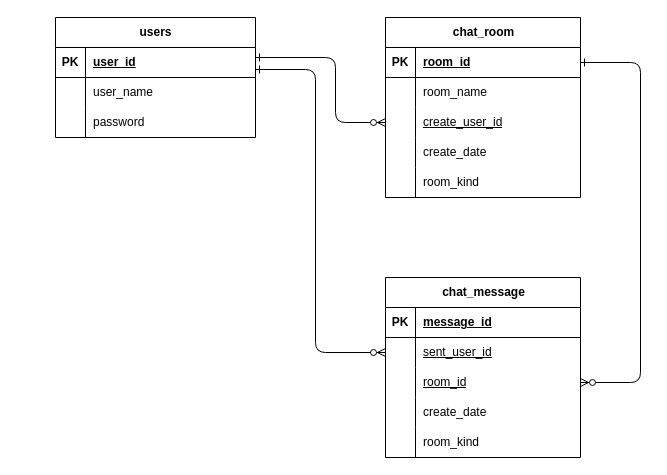
The draw.io diagram 基本設計/DB設計/名称未設定ファイル.drawio in inakuuun/IksInfoShare, before the edit. Source tidied: cells renumbered, new cells numbered last; positions are measured from the earlier drawing's top-left corner, leaving out a move shared by most shapes. Both pictures are drawn from the tidied source at 100%, with x=0, y=0 at pixel (55, 17).
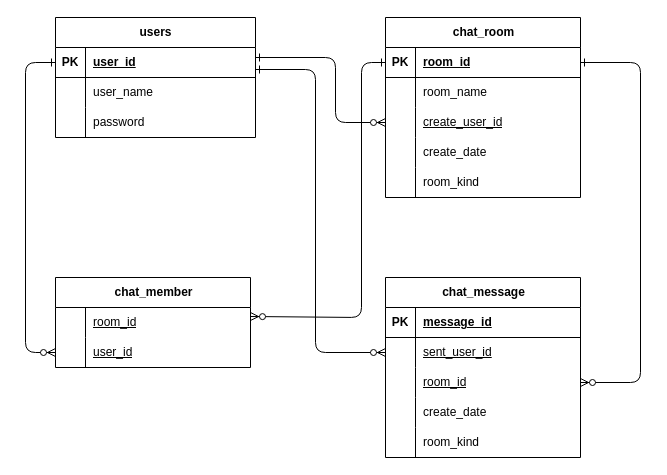
The same diagram, later.

Commit message:
名称未設定ファイル.drawio を更新します

The change refers to these unchanged cells:
```xml
<mxCell id="5" style="shape=tableRow;horizontal=0;startSize=0;swimlaneHead=0;swimlaneBody=0;fillColor=none;points=[[0,0.5],[1,0.5]];portConstraint=eastwest;top=0;left=0;right=0;bottom=1;strokeColor=default;align=center;verticalAlign=middle;fontFamily=Helvetica;fontSize=12;fontColor=default;" parent="4" vertex="1">
  <mxGeometry y="30" width="195" height="30" as="geometry" />
</mxCell>
<mxCell id="37" style="shape=tableRow;horizontal=0;startSize=0;swimlaneHead=0;swimlaneBody=0;fillColor=none;points=[[0,0.5],[1,0.5]];portConstraint=eastwest;top=0;left=0;right=0;bottom=1;strokeColor=default;align=center;verticalAlign=middle;fontFamily=Helvetica;fontSize=12;fontColor=default;" parent="36" vertex="1">
  <mxGeometry y="30" width="200" height="30" as="geometry" />
</mxCell>
```

Change to the diagram source:
```diff
@@
+    <mxCell id="48" value="chat_member" style="shape=table;startSize=30;childLayout=tableLayout;rowLines=0;fontStyle=1;align=center;html=1;strokeColor=default;verticalAlign=middle;fontFamily=Helvetica;fontSize=12;fontColor=default;fillColor=none;" parent="1" vertex="1">
+      <mxGeometry y="260" width="195" height="90" as="geometry" />
+    </mxCell>
+    <mxCell id="49" style="shape=tableRow;horizontal=0;startSize=0;swimlaneHead=0;swimlaneBody=0;fillColor=none;points=[[0,0.5],[1,0.5]];portConstraint=eastwest;top=0;left=0;right=0;bottom=0;strokeColor=default;align=center;verticalAlign=middle;fontFamily=Helvetica;fontSize=12;fontColor=default;" parent="48" vertex="1">
+      <mxGeometry y="30" width="195" height="30" as="geometry" />
+    </mxCell>
+    <mxCell id="50" style="shape=partialRectangle;fillColor=none;top=0;left=0;bottom=0;right=0;overflow=hidden;whiteSpace=wrap;html=1;strokeColor=default;align=center;verticalAlign=middle;fontFamily=Helvetica;fontSize=12;fontColor=default;" parent="49" vertex="1">
+      <mxGeometry width="30" height="30" as="geometry" />
+    </mxCell>
+    <mxCell id="51" value="room_id" style="shape=partialRectangle;fillColor=none;top=0;left=0;bottom=0;right=0;align=left;spacingLeft=6;overflow=hidden;whiteSpace=wrap;html=1;strokeColor=default;verticalAlign=middle;fontFamily=Helvetica;fontSize=12;fontColor=default;fontStyle=4;" parent="49" vertex="1">
+      <mxGeometry x="30" width="165" height="30" as="geometry" />
+    </mxCell>
+    <mxCell id="52" style="shape=tableRow;horizontal=0;startSize=0;swimlaneHead=0;swimlaneBody=0;fillColor=none;points=[[0,0.5],[1,0.5]];portConstraint=eastwest;top=0;left=0;right=0;bottom=0;strokeColor=default;align=center;verticalAlign=middle;fontFamily=Helvetica;fontSize=12;fontColor=default;" parent="48" vertex="1">
+      <mxGeometry y="60" width="195" height="30" as="geometry" />
+    </mxCell>
+    <mxCell id="53" style="shape=partialRectangle;fillColor=none;top=0;left=0;bottom=0;right=0;overflow=hidden;whiteSpace=wrap;html=1;strokeColor=default;align=center;verticalAlign=middle;fontFamily=Helvetica;fontSize=12;fontColor=default;" parent="52" vertex="1">
+      <mxGeometry width="30" height="30" as="geometry" />
+    </mxCell>
+    <mxCell id="54" value="user_id" style="shape=partialRectangle;fillColor=none;top=0;left=0;bottom=0;right=0;align=left;spacingLeft=6;overflow=hidden;whiteSpace=wrap;html=1;strokeColor=default;verticalAlign=middle;fontFamily=Helvetica;fontSize=12;fontColor=default;fontStyle=4;" parent="52" vertex="1">
+      <mxGeometry x="30" width="165" height="30" as="geometry" />
+    </mxCell>
+    <mxCell id="55" style="endArrow=ERzeroToMany;startArrow=ERone;endFill=1;startFill=0;entryX=0;entryY=0.5;entryDx=0;entryDy=0;exitX=0;exitY=0.5;exitDx=0;exitDy=0;" parent="1" edge="1" source="37" target="52">
+      <mxGeometry relative="1" as="geometry">
+        <Array as="points">
+          <mxPoint x="-30" y="45" />
+          <mxPoint x="-30" y="335" />
+        </Array>
+      </mxGeometry>
+    </mxCell>
+    <mxCell id="56" style="endArrow=ERzeroToMany;startArrow=ERone;endFill=1;startFill=0;entryX=1;entryY=0.3;entryDx=0;entryDy=0;exitX=0;exitY=0.5;exitDx=0;exitDy=0;entryPerimeter=0;" parent="1" edge="1" source="5" target="49">
+      <mxGeometry relative="1" as="geometry">
+        <Array as="points">
+          <mxPoint x="306" y="45" />
+          <mxPoint x="306" y="300" />
+        </Array>
+      </mxGeometry>
+    </mxCell>
```
